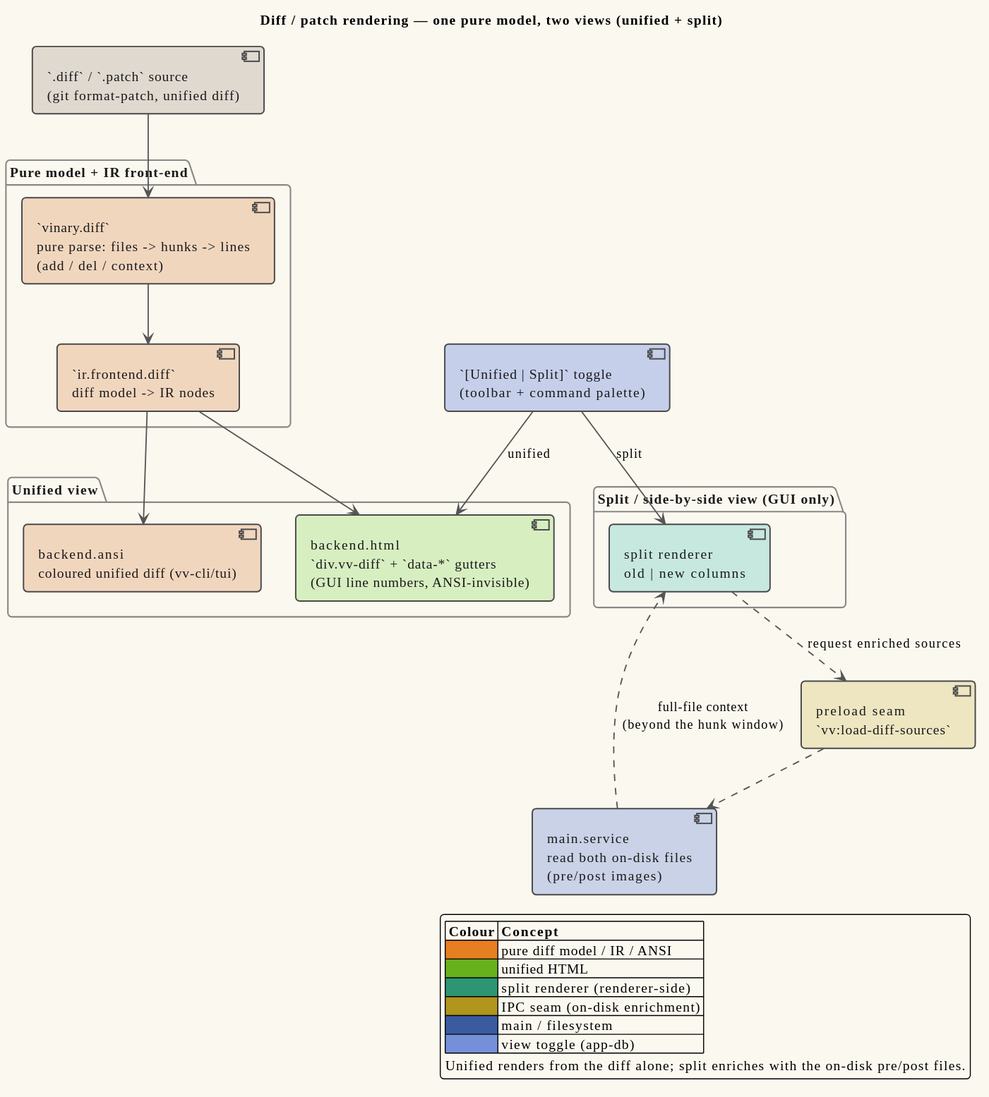
Above: docs/diagrams/component-diff-model.svg in vinary-tree/vinary-viewer (PlantUML), before the change. Source of this version:
```plantuml
@startuml
!include _vv-theme.iuml

title Diff / patch rendering — one pure model, two views (unified + split)

component "`.diff` / `.patch` source\n(git format-patch, unified diff)" as Src FS_TINT

package "Pure model + IR front-end" {
  component "`vinary.diff`\npure parse: files -> hunks -> lines\n(add / del / context)" as Model IR_TINT
  component "`ir.frontend.diff`\ndiff model -> IR nodes" as FE IR_TINT
}

package "Unified view" {
  component "backend.html\n`div.vv-diff` + `data-*` gutters\n(GUI line numbers, ANSI-invisible)" as UHtml MARKDOWN_TINT
  component "backend.ansi\ncoloured unified diff (vv-cli/tui)" as UAnsi IR_TINT
}

package "Split / side-by-side view  (GUI only)" {
  component "split renderer\nold | new columns" as Split RENDERER_TINT
}

component "preload seam\n`vv:load-diff-sources`" as Seam IPC_TINT
component "main.service\nread both on-disk files\n(pre/post images)" as Main MAIN_TINT

component "`[Unified | Split]` toggle\n(toolbar + command palette)" as Toggle APPDB_TINT

Src --> Model
Model --> FE
FE --> UHtml
FE --> UAnsi
Toggle --> UHtml : unified
Toggle --> Split : split
Split ..> Seam : request enriched sources
Seam ..> Main
Main ..> Split : full-file context\n(beyond the hunk window)

legend right
  |= Colour |= Concept |
  |<#E67E22>&#160;&#160;&#160;&#160;| pure diff model / IR / ANSI |
  |<#67B11D>&#160;&#160;&#160;&#160;| unified HTML |
  |<#2D9574>&#160;&#160;&#160;&#160;| split renderer (renderer-side) |
  |<#B1951D>&#160;&#160;&#160;&#160;| IPC seam (on-disk enrichment) |
  |<#3A5BA0>&#160;&#160;&#160;&#160;| main / filesystem |
  |<#7590DB>&#160;&#160;&#160;&#160;| view toggle (app-db) |
  Unified renders from the diff alone; split enriches with the on-disk pre/post files.
endlegend
@enduml
```
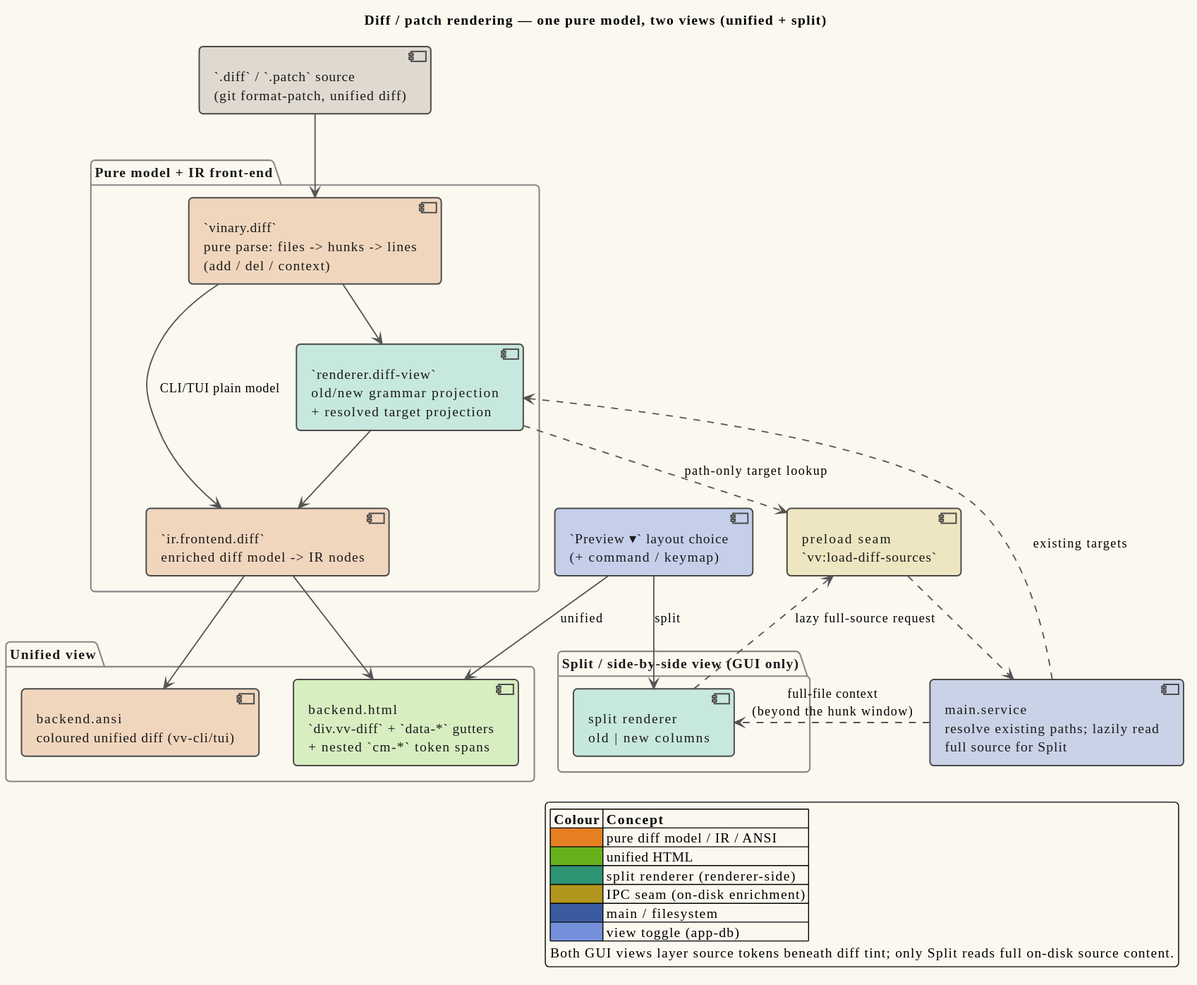
After the commit.

Diff of the diagram source:
```diff
@@ -7,11 +7,12 @@
 
 package "Pure model + IR front-end" {
   component "`vinary.diff`\npure parse: files -> hunks -> lines\n(add / del / context)" as Model IR_TINT
-  component "`ir.frontend.diff`\ndiff model -> IR nodes" as FE IR_TINT
+  component "`renderer.diff-view`\nold/new grammar projection\n+ resolved target projection" as Enhance RENDERER_TINT
+  component "`ir.frontend.diff`\nenriched diff model -> IR nodes" as FE IR_TINT
 }
 
 package "Unified view" {
-  component "backend.html\n`div.vv-diff` + `data-*` gutters\n(GUI line numbers, ANSI-invisible)" as UHtml MARKDOWN_TINT
+  component "backend.html\n`div.vv-diff` + `data-*` gutters\n+ nested `cm-*` token spans" as UHtml MARKDOWN_TINT
   component "backend.ansi\ncoloured unified diff (vv-cli/tui)" as UAnsi IR_TINT
 }
 
@@ -20,18 +21,22 @@
 }
 
 component "preload seam\n`vv:load-diff-sources`" as Seam IPC_TINT
-component "main.service\nread both on-disk files\n(pre/post images)" as Main MAIN_TINT
+component "main.service\nresolve existing paths; lazily read\nfull source for Split" as Main MAIN_TINT
 
-component "`[Unified | Split]` toggle\n(toolbar + command palette)" as Toggle APPDB_TINT
+component "`Preview ▾` layout choice\n(+ command / keymap)" as Toggle APPDB_TINT
 
 Src --> Model
-Model --> FE
+Model --> Enhance
+Model --> FE : CLI/TUI plain model
+Enhance --> FE
 FE --> UHtml
 FE --> UAnsi
 Toggle --> UHtml : unified
 Toggle --> Split : split
-Split ..> Seam : request enriched sources
+Enhance ..> Seam : path-only target lookup
+Split ..> Seam : lazy full-source request
 Seam ..> Main
+Main ..> Enhance : existing targets
 Main ..> Split : full-file context\n(beyond the hunk window)
 
 legend right
@@ -42,6 +47,6 @@
   |<#B1951D>&#160;&#160;&#160;&#160;| IPC seam (on-disk enrichment) |
   |<#3A5BA0>&#160;&#160;&#160;&#160;| main / filesystem |
   |<#7590DB>&#160;&#160;&#160;&#160;| view toggle (app-db) |
-  Unified renders from the diff alone; split enriches with the on-disk pre/post files.
+  Both GUI views layer source tokens beneath diff tint; only Split reads full on-disk source content.
 endlegend
 @enduml
```
